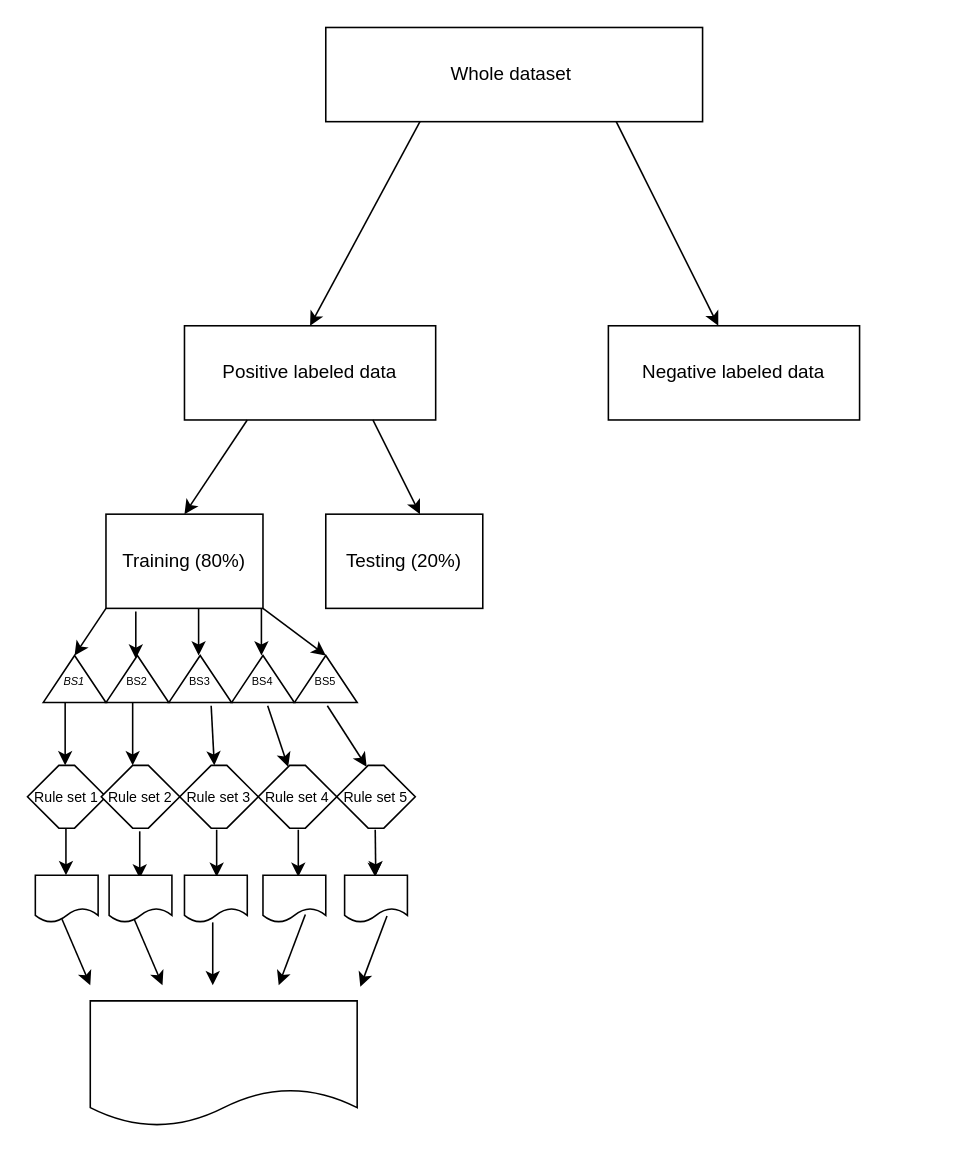
Above: Working code/data/Untitled Diagram.drawio in anmolk11/SM-RuleMiner (draw.io), before the change. Source tidied: cells renumbered, new cells numbered last; positions are measured from the earlier drawing's top-left corner, leaving out a move shared by most shapes. Both pictures are drawn from the tidied source at 157%, with x=0, y=0 at pixel (27, 27).
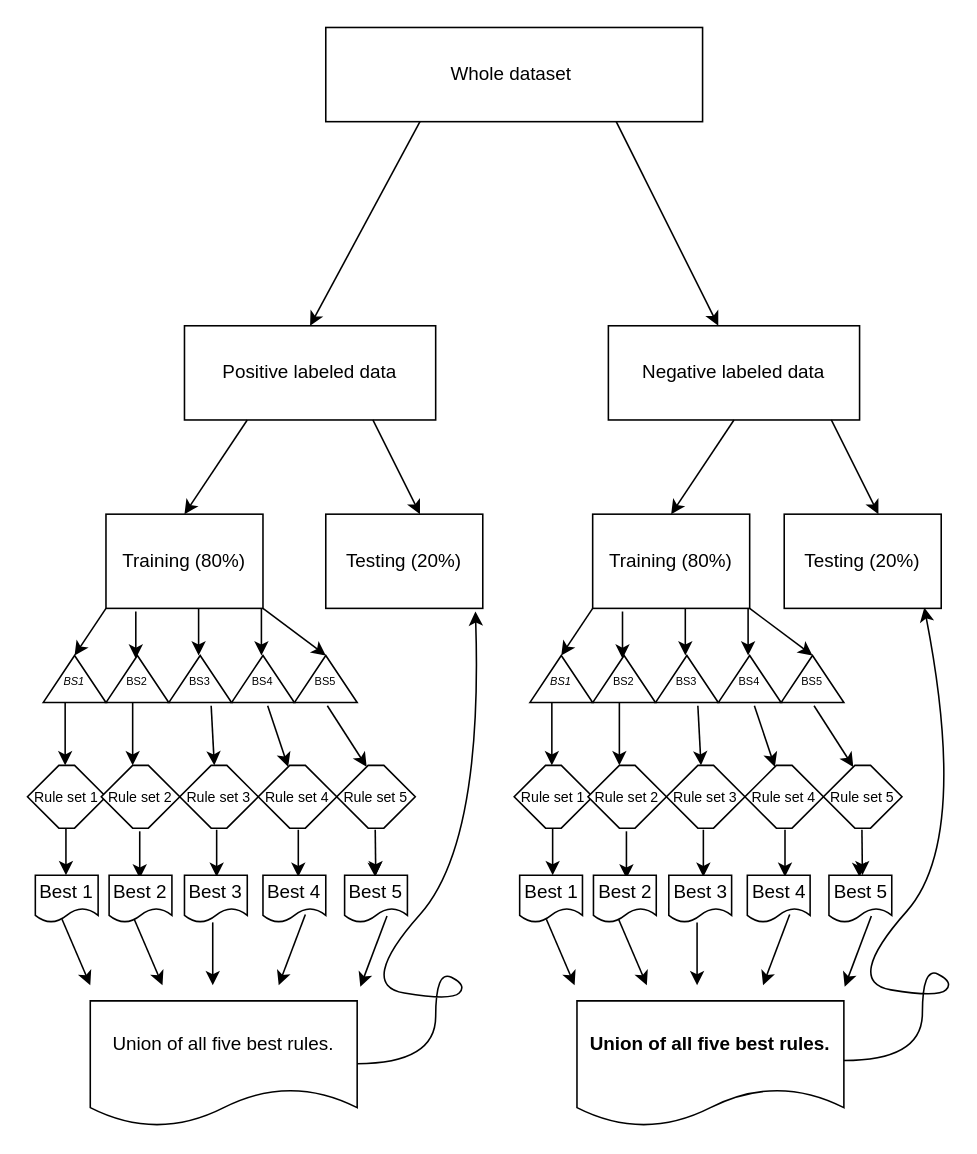
The same page after the edit.

Unchanged cells that the change refers to:
```xml
<mxCell id="10" value="Testing (20%)" style="rounded=0;whiteSpace=wrap;html=1;" parent="1" vertex="1">
  <mxGeometry x="190" y="310" width="100" height="60" as="geometry" />
</mxCell>
```

Diff of the diagram source:
```diff
@@
-    <mxCell id="36" style="shape=document;whiteSpace=wrap;html=1;boundedLbl=1;" parent="1" vertex="1">
+    <mxCell id="36" value="Best 1" style="shape=document;whiteSpace=wrap;html=1;boundedLbl=1;" parent="1" vertex="1">
       <mxGeometry x="5" y="540" width="40" height="30" as="geometry" />
     </mxCell>
-    <mxCell id="37" style="shape=document;whiteSpace=wrap;html=1;boundedLbl=1;" parent="1" vertex="1">
+    <mxCell id="37" value="Best 2" style="shape=document;whiteSpace=wrap;html=1;boundedLbl=1;" parent="1" vertex="1">
       <mxGeometry x="52" y="540" width="40" height="30" as="geometry" />
     </mxCell>
-    <mxCell id="38" style="shape=document;whiteSpace=wrap;html=1;boundedLbl=1;" parent="1" vertex="1">
+    <mxCell id="38" value="Best 3" style="shape=document;whiteSpace=wrap;html=1;boundedLbl=1;" parent="1" vertex="1">
       <mxGeometry x="100" y="540" width="40" height="30" as="geometry" />
     </mxCell>
-    <mxCell id="39" style="shape=document;whiteSpace=wrap;html=1;boundedLbl=1;" parent="1" vertex="1">
+    <mxCell id="39" value="Best 4" style="shape=document;whiteSpace=wrap;html=1;boundedLbl=1;" parent="1" vertex="1">
       <mxGeometry x="150" y="540" width="40" height="30" as="geometry" />
     </mxCell>
@@
-    <mxCell id="41" style="shape=document;whiteSpace=wrap;html=1;boundedLbl=1;" parent="1" vertex="1">
+    <mxCell id="41" value="Best 5" style="shape=document;whiteSpace=wrap;html=1;boundedLbl=1;" parent="1" vertex="1">
       <mxGeometry x="202" y="540" width="40" height="30" as="geometry" />
     </mxCell>
@@
-    <mxCell id="47" style="shape=document;whiteSpace=wrap;html=1;boundedLbl=1;" parent="1" vertex="1">
+    <mxCell id="47" value="Union of all five best rules." style="shape=document;whiteSpace=wrap;html=1;boundedLbl=1;" parent="1" vertex="1">
       <mxGeometry x="40" y="620" width="170" height="80" as="geometry" />
     </mxCell>
+    <mxCell id="48" style="endArrow=classic;html=1;rounded=0;" parent="1" edge="1">
+      <mxGeometry relative="1" as="geometry">
+        <mxPoint x="450" y="250" as="sourcePoint" />
+        <mxPoint x="410" y="310" as="targetPoint" />
+      </mxGeometry>
+    </mxCell>
+    <mxCell id="49" value="Training (80%)" style="rounded=0;whiteSpace=wrap;html=1;" parent="1" vertex="1">
+      <mxGeometry x="360" y="310" width="100" height="60" as="geometry" />
+    </mxCell>
+    <mxCell id="50" style="endArrow=classic;html=1;rounded=0;" parent="1" edge="1">
+      <mxGeometry relative="1" as="geometry">
+        <mxPoint x="360" y="370" as="sourcePoint" />
+        <mxPoint x="340" y="400" as="targetPoint" />
+      </mxGeometry>
+    </mxCell>
+    <mxCell id="51" style="endArrow=classic;html=1;rounded=0;" parent="1" edge="1">
+      <mxGeometry relative="1" as="geometry">
+        <mxPoint x="379" y="372" as="sourcePoint" />
+        <mxPoint x="379" y="402" as="targetPoint" />
+      </mxGeometry>
+    </mxCell>
+    <mxCell id="52" style="endArrow=classic;html=1;rounded=0;" parent="1" edge="1">
+      <mxGeometry relative="1" as="geometry">
+        <mxPoint x="419" y="370" as="sourcePoint" />
+        <mxPoint x="419" y="400" as="targetPoint" />
+      </mxGeometry>
+    </mxCell>
+    <mxCell id="53" style="endArrow=classic;html=1;rounded=0;" parent="1" edge="1">
+      <mxGeometry relative="1" as="geometry">
+        <mxPoint x="459" y="370" as="sourcePoint" />
+        <mxPoint x="459" y="400" as="targetPoint" />
+      </mxGeometry>
+    </mxCell>
+    <mxCell id="54" style="endArrow=classic;html=1;rounded=0;entryX=0.5;entryY=0;entryDx=0;entryDy=0;" parent="1" edge="1" target="59">
+      <mxGeometry relative="1" as="geometry">
+        <mxPoint x="460" y="370" as="sourcePoint" />
+      </mxGeometry>
+    </mxCell>
+    <mxCell id="55" value="&lt;font style=&quot;font-size: 7px;&quot;&gt;&lt;i&gt;BS1&lt;/i&gt;&lt;/font&gt;" style="shape=trapezoid;perimeter=trapezoidPerimeter;whiteSpace=wrap;html=1;fixedSize=1;" parent="1" vertex="1">
+      <mxGeometry x="320" y="400" width="40" height="30" as="geometry" />
+    </mxCell>
+    <mxCell id="56" value="&lt;font style=&quot;font-size: 7px;&quot;&gt;BS2&lt;/font&gt;" style="shape=trapezoid;perimeter=trapezoidPerimeter;whiteSpace=wrap;html=1;fixedSize=1;" parent="1" vertex="1">
+      <mxGeometry x="360" y="400" width="40" height="30" as="geometry" />
+    </mxCell>
+    <mxCell id="57" value="&lt;font style=&quot;font-size: 7px;&quot;&gt;BS3&lt;/font&gt;" style="shape=trapezoid;perimeter=trapezoidPerimeter;whiteSpace=wrap;html=1;fixedSize=1;" parent="1" vertex="1">
+      <mxGeometry x="400" y="400" width="40" height="30" as="geometry" />
+    </mxCell>
+    <mxCell id="58" value="&lt;font style=&quot;font-size: 7px;&quot;&gt;BS4&lt;/font&gt;" style="shape=trapezoid;perimeter=trapezoidPerimeter;whiteSpace=wrap;html=1;fixedSize=1;" parent="1" vertex="1">
+      <mxGeometry x="440" y="400" width="40" height="30" as="geometry" />
+    </mxCell>
+    <mxCell id="59" value="&lt;font style=&quot;font-size: 7px;&quot;&gt;BS5&lt;/font&gt;" style="shape=trapezoid;perimeter=trapezoidPerimeter;whiteSpace=wrap;html=1;fixedSize=1;" parent="1" vertex="1">
+      <mxGeometry x="480" y="400" width="40" height="30" as="geometry" />
+    </mxCell>
+    <mxCell id="60" style="endArrow=classic;html=1;rounded=0;" parent="1" edge="1">
+      <mxGeometry relative="1" as="geometry">
+        <mxPoint x="334" y="430" as="sourcePoint" />
+        <mxPoint x="334" y="470" as="targetPoint" />
+      </mxGeometry>
+    </mxCell>
+    <mxCell id="61" style="endArrow=classic;html=1;rounded=0;" parent="1" edge="1">
+      <mxGeometry relative="1" as="geometry">
+        <mxPoint x="377" y="430" as="sourcePoint" />
+        <mxPoint x="377" y="470" as="targetPoint" />
+      </mxGeometry>
+    </mxCell>
+    <mxCell id="62" style="endArrow=classic;html=1;rounded=0;" parent="1" edge="1">
+      <mxGeometry relative="1" as="geometry">
+        <mxPoint x="427" y="432" as="sourcePoint" />
+        <mxPoint x="429" y="470" as="targetPoint" />
+      </mxGeometry>
+    </mxCell>
+    <mxCell id="63" style="endArrow=classic;html=1;rounded=0;entryX=0.375;entryY=0;entryDx=0;entryDy=0;" parent="1" edge="1" target="68">
+      <mxGeometry relative="1" as="geometry">
+        <mxPoint x="463" y="432" as="sourcePoint" />
+      </mxGeometry>
+    </mxCell>
+    <mxCell id="64" style="endArrow=classic;html=1;rounded=0;entryX=0.375;entryY=0;entryDx=0;entryDy=0;" parent="1" edge="1">
+      <mxGeometry relative="1" as="geometry">
+        <mxPoint x="501" y="432" as="sourcePoint" />
+        <mxPoint x="526" y="471" as="targetPoint" />
+      </mxGeometry>
+    </mxCell>
+    <mxCell id="65" value="&lt;font style=&quot;font-size: 9px;&quot;&gt;Rule set 1&lt;/font&gt;" style="shape=hexagon;perimeter=hexagonPerimeter2;whiteSpace=wrap;html=1;fixedSize=1;" parent="1" vertex="1">
+      <mxGeometry x="310" y="470" width="50" height="40" as="geometry" />
+    </mxCell>
+    <mxCell id="66" value="&lt;font style=&quot;font-size: 9px;&quot;&gt;Rule set 2&lt;/font&gt;" style="shape=hexagon;perimeter=hexagonPerimeter2;whiteSpace=wrap;html=1;fixedSize=1;" parent="1" vertex="1">
+      <mxGeometry x="357" y="470" width="50" height="40" as="geometry" />
+    </mxCell>
+    <mxCell id="67" value="&lt;font style=&quot;font-size: 9px;&quot;&gt;Rule set 3&lt;/font&gt;" style="shape=hexagon;perimeter=hexagonPerimeter2;whiteSpace=wrap;html=1;fixedSize=1;" parent="1" vertex="1">
+      <mxGeometry x="407" y="470" width="50" height="40" as="geometry" />
+    </mxCell>
+    <mxCell id="68" value="&lt;font style=&quot;font-size: 9px;&quot;&gt;Rule set 4&lt;/font&gt;" style="shape=hexagon;perimeter=hexagonPerimeter2;whiteSpace=wrap;html=1;fixedSize=1;" parent="1" vertex="1">
+      <mxGeometry x="457" y="470" width="50" height="40" as="geometry" />
+    </mxCell>
+    <mxCell id="69" style="endArrow=classic;html=1;rounded=0;" parent="1" edge="1">
+      <mxGeometry relative="1" as="geometry">
+        <mxPoint x="334.5" y="510" as="sourcePoint" />
+        <mxPoint x="334.5" y="540" as="targetPoint" />
+      </mxGeometry>
+    </mxCell>
+    <mxCell id="70" style="endArrow=classic;html=1;rounded=0;" parent="1" edge="1">
+      <mxGeometry relative="1" as="geometry">
+        <mxPoint x="381.5" y="512" as="sourcePoint" />
+        <mxPoint x="381.5" y="542" as="targetPoint" />
+      </mxGeometry>
+    </mxCell>
+    <mxCell id="71" style="endArrow=classic;html=1;rounded=0;" parent="1" edge="1">
+      <mxGeometry relative="1" as="geometry">
+        <mxPoint x="430.5" y="511" as="sourcePoint" />
+        <mxPoint x="430.5" y="541" as="targetPoint" />
+      </mxGeometry>
+    </mxCell>
+    <mxCell id="72" style="endArrow=classic;html=1;rounded=0;" parent="1" edge="1">
+      <mxGeometry relative="1" as="geometry">
+        <mxPoint x="482.5" y="511" as="sourcePoint" />
+        <mxPoint x="482.5" y="541" as="targetPoint" />
+      </mxGeometry>
+    </mxCell>
+    <mxCell id="73" style="endArrow=classic;html=1;rounded=0;" parent="1" edge="1">
+      <mxGeometry relative="1" as="geometry">
+        <mxPoint x="531.5" y="511" as="sourcePoint" />
+        <mxPoint x="531.8" y="540" as="targetPoint" />
+      </mxGeometry>
+    </mxCell>
+    <mxCell id="74" value="Union of all five best rules." style="shape=document;whiteSpace=wrap;html=1;boundedLbl=1;fontStyle=1;" parent="1" vertex="1">
+      <mxGeometry x="350" y="620" width="170" height="80" as="geometry" />
+    </mxCell>
+    <mxCell id="75" style="endArrow=classic;html=1;rounded=0;" parent="1" edge="1">
+      <mxGeometry relative="1" as="geometry">
+        <mxPoint x="512" y="250" as="sourcePoint" />
+        <mxPoint x="542" y="310" as="targetPoint" />
+      </mxGeometry>
+    </mxCell>
+    <mxCell id="76" value="Testing (20%)" style="rounded=0;whiteSpace=wrap;html=1;" parent="1" vertex="1">
+      <mxGeometry x="482" y="310" width="100" height="60" as="geometry" />
+    </mxCell>
+    <mxCell id="77" value="&lt;font style=&quot;font-size: 9px;&quot;&gt;Rule set 5&lt;/font&gt;" style="shape=hexagon;perimeter=hexagonPerimeter2;whiteSpace=wrap;html=1;fixedSize=1;" parent="1" vertex="1">
+      <mxGeometry x="507" y="470" width="50" height="40" as="geometry" />
+    </mxCell>
+    <mxCell id="78" style="endArrow=classic;html=1;rounded=0;" parent="1" edge="1" source="83">
+      <mxGeometry relative="1" as="geometry">
+        <mxPoint x="530" y="541" as="targetPoint" />
+      </mxGeometry>
+    </mxCell>
+    <mxCell id="79" value="Best 1" style="shape=document;whiteSpace=wrap;html=1;boundedLbl=1;" parent="1" vertex="1">
+      <mxGeometry x="313.5" y="540" width="40" height="30" as="geometry" />
+    </mxCell>
+    <mxCell id="80" value="Best 2" style="shape=document;whiteSpace=wrap;html=1;boundedLbl=1;" parent="1" vertex="1">
+      <mxGeometry x="360.5" y="540" width="40" height="30" as="geometry" />
+    </mxCell>
+    <mxCell id="81" value="Best 3" style="shape=document;whiteSpace=wrap;html=1;boundedLbl=1;" parent="1" vertex="1">
+      <mxGeometry x="408.5" y="540" width="40" height="30" as="geometry" />
+    </mxCell>
+    <mxCell id="82" value="Best 4" style="shape=document;whiteSpace=wrap;html=1;boundedLbl=1;" parent="1" vertex="1">
+      <mxGeometry x="458.5" y="540" width="40" height="30" as="geometry" />
+    </mxCell>
+    <mxCell id="83" value="Best 5" style="shape=document;whiteSpace=wrap;html=1;boundedLbl=1;" parent="1" vertex="1">
+      <mxGeometry x="510.5" y="540" width="40" height="30" as="geometry" />
+    </mxCell>
+    <mxCell id="84" style="endArrow=classic;html=1;rounded=0;" parent="1" edge="1">
+      <mxGeometry relative="1" as="geometry">
+        <mxPoint x="330.5" y="568" as="sourcePoint" />
+        <mxPoint x="348.5" y="610" as="targetPoint" />
+      </mxGeometry>
+    </mxCell>
+    <mxCell id="85" style="endArrow=classic;html=1;rounded=0;" parent="1" edge="1">
+      <mxGeometry relative="1" as="geometry">
+        <mxPoint x="376.5" y="568" as="sourcePoint" />
+        <mxPoint x="394.5" y="610" as="targetPoint" />
+      </mxGeometry>
+    </mxCell>
+    <mxCell id="86" style="endArrow=classic;html=1;rounded=0;" parent="1" edge="1">
+      <mxGeometry relative="1" as="geometry">
+        <mxPoint x="426.5" y="570" as="sourcePoint" />
+        <mxPoint x="426.5" y="610" as="targetPoint" />
+      </mxGeometry>
+    </mxCell>
+    <mxCell id="87" style="endArrow=classic;html=1;rounded=0;" parent="1" edge="1">
+      <mxGeometry relative="1" as="geometry">
+        <mxPoint x="485.5" y="565" as="sourcePoint" />
+        <mxPoint x="468.5" y="610" as="targetPoint" />
+      </mxGeometry>
+    </mxCell>
+    <mxCell id="88" style="endArrow=classic;html=1;rounded=0;" parent="1" edge="1">
+      <mxGeometry relative="1" as="geometry">
+        <mxPoint x="537.5" y="566" as="sourcePoint" />
+        <mxPoint x="520.5" y="611" as="targetPoint" />
+      </mxGeometry>
+    </mxCell>
+    <mxCell id="89" style="curved=1;endArrow=classic;html=1;rounded=0;entryX=0.953;entryY=1.033;entryDx=0;entryDy=0;entryPerimeter=0;" parent="1" edge="1" target="10">
+      <mxGeometry relative="1" as="geometry">
+        <mxPoint x="210" y="660" as="sourcePoint" />
+        <Array as="points">
+          <mxPoint x="260" y="660" />
+          <mxPoint x="260" y="600" />
+          <mxPoint x="280" y="610" />
+          <mxPoint x="270" y="620" />
+          <mxPoint x="210" y="610" />
+          <mxPoint x="290" y="520" />
+        </Array>
+      </mxGeometry>
+    </mxCell>
+    <mxCell id="90" style="curved=1;endArrow=classic;html=1;rounded=0;entryX=0.892;entryY=0.992;entryDx=0;entryDy=0;entryPerimeter=0;" parent="1" edge="1" target="76">
+      <mxGeometry relative="1" as="geometry">
+        <mxPoint x="520" y="658" as="sourcePoint" />
+        <Array as="points">
+          <mxPoint x="570" y="658" />
+          <mxPoint x="570" y="598" />
+          <mxPoint x="590" y="608" />
+          <mxPoint x="580" y="618" />
+          <mxPoint x="520" y="608" />
+          <mxPoint x="600" y="518" />
+        </Array>
+      </mxGeometry>
+    </mxCell>
```
